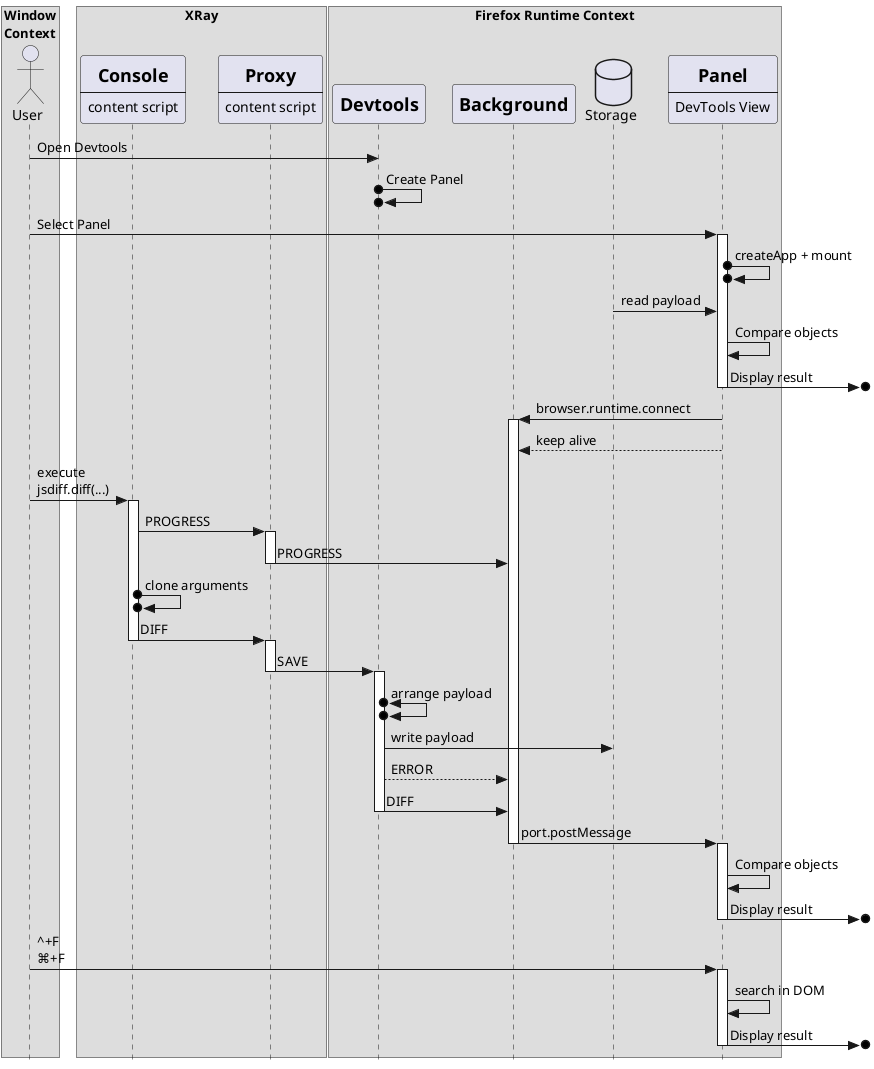
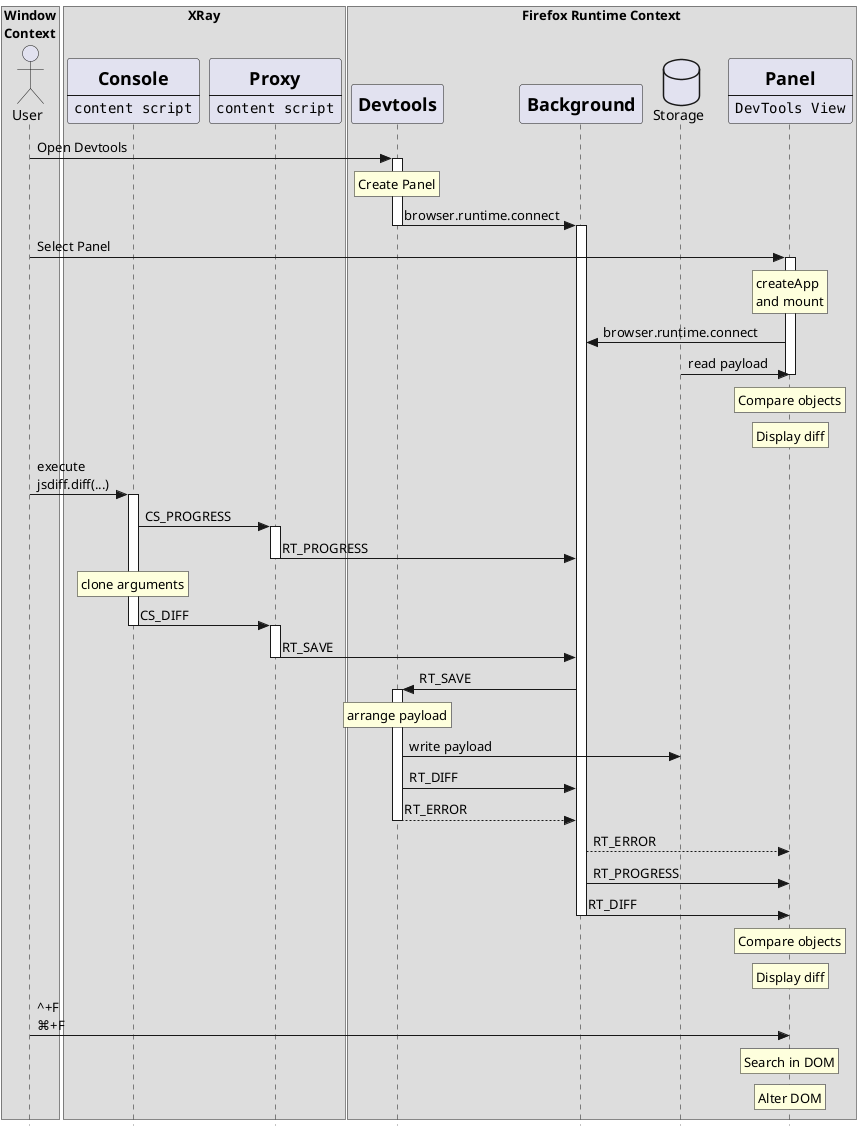
@startuml Design
skinparam style strictuml

box "Window\nContext"
actor "User" as User
end box

box "XRay"
participant Console [
  =Console
  ----
-   content script
+   ""content script""
]
participant Proxy [
  =Proxy
  ----
-   content script
+   ""content script""
]
end box

box "Firefox Runtime Context"
participant Devtools [
  =Devtools
]
participant Background [
  =Background
]
database Storage
participant Panel [
  =Panel
  ----
-   DevTools View
+   ""DevTools View""
]
end box

User -> Devtools: Open Devtools
- Devtools o->o Devtools: Create Panel
+ activate Devtools
+   rnote over Devtools: Create Panel
+   Devtools -> Background: browser.runtime.connect
+ deactivate Devtools
+ activate Background
+ 
User -> Panel: Select Panel
- 
activate Panel
- Panel o->o Panel: createApp + mount
- Storage -> Panel: read payload
- Panel -> Panel: Compare objects
- Panel ->o]: Display result
+   rnote over Panel: createApp\nand mount
+   Background <- Panel: browser.runtime.connect
+   Storage -> Panel: read payload
+   rnote over Panel: Compare objects
+   rnote over Panel: Display diff
deactivate Panel
- 
- Background <- Panel: browser.runtime.connect
- activate Background
- Background <-- Panel: keep alive

User -> Console: execute\njsdiff.diff(...)
activate Console
-   Console -> Proxy: PROGRESS
+   Console -> Proxy: CS_PROGRESS
  activate Proxy
-     Proxy -> Background: PROGRESS
+     Proxy -> Background: RT_PROGRESS
  deactivate Proxy
-   Console o->o Console: clone arguments
-   Console -> Proxy: DIFF
+   rnote over Console: clone arguments
+   Console -> Proxy: CS_DIFF
deactivate Console
activate Proxy
- Proxy -> Devtools: SAVE
+   Proxy -> Background: RT_SAVE
deactivate Proxy

+ 
+ Background -> Devtools: RT_SAVE
activate Devtools
-   Devtools o<->o Devtools: arrange payload
+   rnote over Devtools: arrange payload
  Devtools -> Storage: write payload
-   Devtools --> Background: ERROR
-   Devtools -> Background: DIFF
+   Devtools -> Background: RT_DIFF
+   Devtools --> Background: RT_ERROR
deactivate Devtools

- Background -> Panel: port.postMessage
- 
+ Background --> Panel: RT_ERROR
+ Background -> Panel: RT_PROGRESS
+ Background -> Panel: RT_DIFF
deactivate Background

- activate Panel
-   Panel -> Panel: Compare objects
-   Panel ->o]: Display result
- deactivate Panel
+ rnote over Panel: Compare objects
+ rnote over Panel: Display diff

User -> Panel: ^+F\n⌘+F
- 
- activate Panel
-   Panel -> Panel: search in DOM
-   Panel ->o]: Display result
- deactivate Panel
+ rnote over Panel: Search in DOM
+ rnote over Panel: Alter DOM

@enduml
